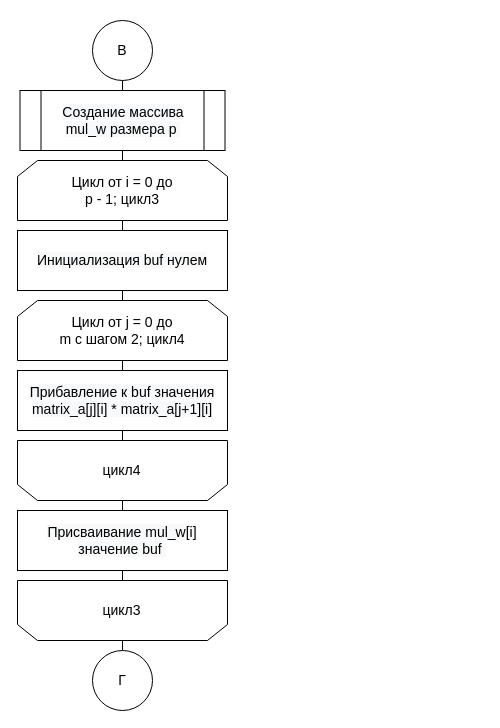
This is page "Оптимизированный Виноград_3" (7 of 8) of lab_02/report/diagrams/matrixes_multiply.drawio from leontartykov/bmstu_sem_5_aa, a draw.io file, before an edit. Source tidied: cells renumbered, new cells numbered last; positions are measured from the earlier drawing's top-left corner, leaving out a move shared by most shapes. Both pictures are drawn from the tidied source at 100%, with x=0, y=0 at pixel (17, 20).
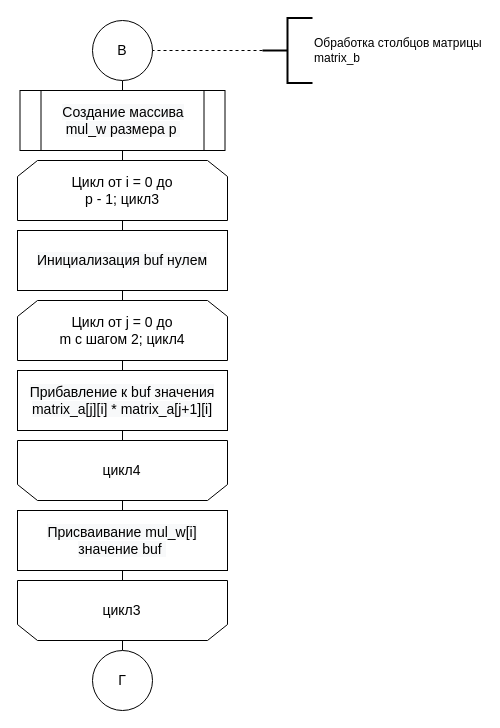
The same diagram, later.

The edit, as a diff of the source:
```diff
@@
+    <mxCell id="25" style="edgeStyle=orthogonalEdgeStyle;rounded=0;jettySize=auto;html=1;exitX=0;exitY=0.5;exitDx=0;exitDy=0;exitPerimeter=0;entryX=1;entryY=0.5;entryDx=0;entryDy=0;dashed=1;endArrow=none;endFill=0;" parent="1" edge="1" source="26">
+      <mxGeometry relative="1" as="geometry">
+        <mxPoint x="135" y="30" as="targetPoint" />
+      </mxGeometry>
+    </mxCell>
+    <mxCell id="26" value="Обработка столбцов матрицы&lt;br&gt;matrix_b" style="strokeWidth=2;html=1;shape=mxgraph.flowchart.annotation_2;align=left;labelPosition=right;" parent="1" vertex="1">
+      <mxGeometry x="245" y="-2.5" width="50" height="65" as="geometry" />
+    </mxCell>
```
